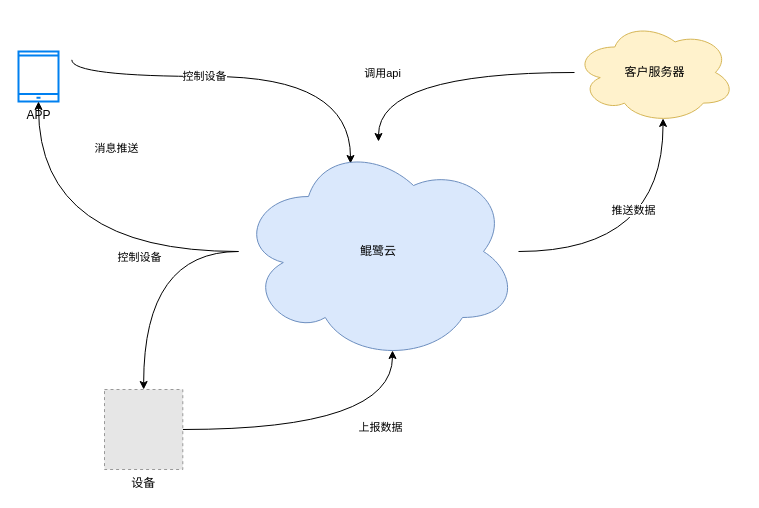
Above: cloud_open.drawio in jimmy0/chart (draw.io), before the change. Source tidied: cells renumbered, new cells numbered last; positions are measured from the earlier drawing's top-left corner, leaving out a move shared by most shapes. Both pictures are drawn from the tidied source at 100%, with x=0, y=0 at pixel (18, 21). Pictures stored in the file or linked from it are replaced by grey dashed boxes.
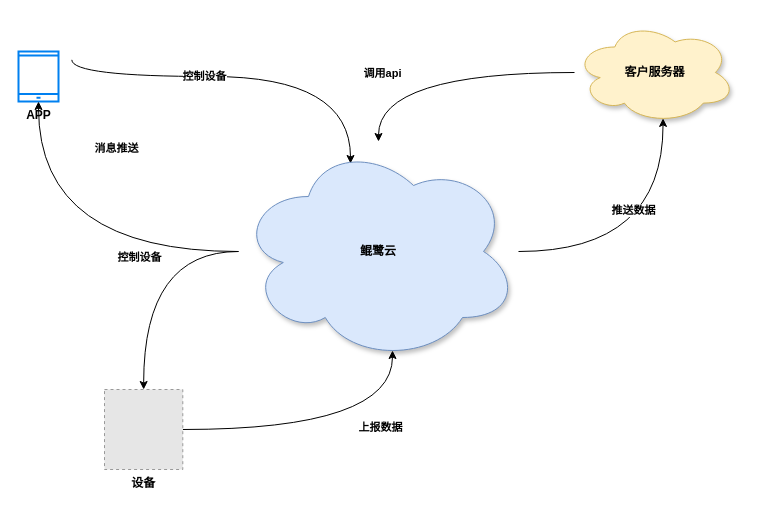
After the change.

Diff of the diagram source:
```diff
@@
-    <mxCell id="2" style="edgeStyle=orthogonalEdgeStyle;rounded=0;jettySize=auto;html=1;entryX=0.4;entryY=0.1;entryDx=0;entryDy=0;entryPerimeter=0;exitX=1.333;exitY=0.167;exitDx=0;exitDy=0;exitPerimeter=0;curved=1;" parent="1" edge="1" source="4" target="11">
+    <mxCell id="2" style="edgeStyle=orthogonalEdgeStyle;rounded=0;jettySize=auto;html=1;entryX=0.4;entryY=0.1;entryDx=0;entryDy=0;entryPerimeter=0;exitX=1.333;exitY=0.167;exitDx=0;exitDy=0;exitPerimeter=0;curved=1;fontStyle=1;" parent="1" edge="1" source="4" target="11">
       <mxGeometry relative="1" as="geometry">
         <Array as="points">
           <mxPoint x="53" y="55" />
           <mxPoint x="332" y="55" />
         </Array>
       </mxGeometry>
     </mxCell>
-    <mxCell id="3" value="控制设备" style="edgeLabel;html=1;align=center;verticalAlign=middle;" parent="2" vertex="1">
+    <mxCell id="3" value="控制设备" style="edgeLabel;html=1;align=center;verticalAlign=middle;fontStyle=1;" parent="2" vertex="1">
       <mxGeometry x="-0.16" y="-2" relative="1" as="geometry">
         <mxPoint x="-12" y="-3" as="offset" />
       </mxGeometry>
     </mxCell>
-    <mxCell id="4" value="APP" style="html=1;verticalLabelPosition=bottom;align=center;labelBackgroundColor=#ffffff;verticalAlign=top;strokeWidth=2;strokeColor=#0080F0;shadow=0;dashed=0;shape=mxgraph.ios7.icons.smartphone;" parent="1" vertex="1">
+    <mxCell id="4" value="APP" style="html=1;verticalLabelPosition=bottom;align=center;labelBackgroundColor=#ffffff;verticalAlign=top;strokeWidth=2;strokeColor=#0080F0;shadow=0;dashed=0;shape=mxgraph.ios7.icons.smartphone;fontStyle=1;" parent="1" vertex="1">
       <mxGeometry y="30" width="40" height="50" as="geometry" />
     </mxCell>
-    <mxCell id="5" style="edgeStyle=orthogonalEdgeStyle;rounded=0;jettySize=auto;html=1;entryX=0.55;entryY=0.95;entryDx=0;entryDy=0;entryPerimeter=0;elbow=vertical;curved=1;" parent="1" edge="1" source="11" target="14">
+    <mxCell id="5" style="edgeStyle=orthogonalEdgeStyle;rounded=0;jettySize=auto;html=1;entryX=0.55;entryY=0.95;entryDx=0;entryDy=0;entryPerimeter=0;elbow=vertical;curved=1;fontStyle=1;" parent="1" edge="1" source="11" target="14">
       <mxGeometry relative="1" as="geometry" />
     </mxCell>
-    <mxCell id="6" value="推送数据" style="edgeLabel;html=1;align=center;verticalAlign=middle;" parent="5" vertex="1">
+    <mxCell id="6" value="推送数据" style="edgeLabel;html=1;align=center;verticalAlign=middle;fontStyle=1;" parent="5" vertex="1">
       <mxGeometry x="0.12" y="-1" relative="1" as="geometry">
         <mxPoint x="-31" y="-30" as="offset" />
       </mxGeometry>
     </mxCell>
-    <mxCell id="7" style="edgeStyle=orthogonalEdgeStyle;rounded=0;jettySize=auto;html=1;curved=1;entryX=0.5;entryY=0;entryDx=0;entryDy=0;" parent="1" edge="1" source="11" target="17">
+    <mxCell id="7" style="edgeStyle=orthogonalEdgeStyle;rounded=0;jettySize=auto;html=1;curved=1;entryX=0.5;entryY=0;entryDx=0;entryDy=0;fontStyle=1;" parent="1" edge="1" source="11" target="17">
       <mxGeometry relative="1" as="geometry" />
     </mxCell>
-    <mxCell id="8" value="控制设备" style="edgeLabel;html=1;align=center;verticalAlign=middle;" parent="7" vertex="1">
+    <mxCell id="8" value="控制设备" style="edgeLabel;html=1;align=center;verticalAlign=middle;fontStyle=1;" parent="7" vertex="1">
       <mxGeometry x="-0.21" y="-4" relative="1" as="geometry">
         <mxPoint x="-8" y="9" as="offset" />
       </mxGeometry>
     </mxCell>
-    <mxCell id="9" style="edgeStyle=orthogonalEdgeStyle;rounded=0;jettySize=auto;html=1;curved=1;" parent="1" edge="1" source="11" target="4">
+    <mxCell id="9" style="edgeStyle=orthogonalEdgeStyle;rounded=0;jettySize=auto;html=1;curved=1;fontStyle=1;" parent="1" edge="1" source="11" target="4">
       <mxGeometry relative="1" as="geometry" />
     </mxCell>
-    <mxCell id="10" value="消息推送" style="edgeLabel;html=1;align=center;verticalAlign=middle;" parent="9" vertex="1">
+    <mxCell id="10" value="消息推送" style="edgeLabel;html=1;align=center;verticalAlign=middle;fontStyle=1;" parent="9" vertex="1">
       <mxGeometry x="-0.25" y="-2" relative="1" as="geometry">
         <mxPoint x="8" y="-102" as="offset" />
       </mxGeometry>
     </mxCell>
-    <mxCell id="11" value="鲲鹭云" style="ellipse;shape=cloud;whiteSpace=wrap;html=1;fillColor=#dae8fc;strokeColor=#6c8ebf;" parent="1" vertex="1">
+    <mxCell id="11" value="鲲鹭云" style="ellipse;shape=cloud;whiteSpace=wrap;html=1;fillColor=#dae8fc;strokeColor=#6c8ebf;shadow=1;fontStyle=1;" parent="1" vertex="1">
       <mxGeometry x="220" y="120" width="280" height="220" as="geometry" />
     </mxCell>
-    <mxCell id="12" style="rounded=0;jettySize=auto;html=1;edgeStyle=orthogonalEdgeStyle;curved=1;" parent="1" edge="1" source="14" target="11">
+    <mxCell id="12" style="rounded=0;jettySize=auto;html=1;edgeStyle=orthogonalEdgeStyle;curved=1;fontStyle=1;" parent="1" edge="1" source="14" target="11">
       <mxGeometry relative="1" as="geometry" />
     </mxCell>
-    <mxCell id="13" value="调用api" style="edgeLabel;html=1;align=center;verticalAlign=middle;" parent="12" vertex="1">
+    <mxCell id="13" value="调用api" style="edgeLabel;html=1;align=center;verticalAlign=middle;fontStyle=1;" parent="12" vertex="1">
       <mxGeometry x="0.48" y="3" relative="1" as="geometry" />
     </mxCell>
-    <mxCell id="14" value="客户服务器" style="ellipse;shape=cloud;whiteSpace=wrap;html=1;fillColor=#fff2cc;strokeColor=#d6b656;" parent="1" vertex="1">
+    <mxCell id="14" value="客户服务器" style="ellipse;shape=cloud;whiteSpace=wrap;html=1;fillColor=#fff2cc;strokeColor=#d6b656;shadow=1;fontStyle=1;" parent="1" vertex="1">
       <mxGeometry x="556" width="161" height="102" as="geometry" />
     </mxCell>
-    <mxCell id="15" style="edgeStyle=orthogonalEdgeStyle;rounded=0;jettySize=auto;html=1;entryX=0.55;entryY=0.95;entryDx=0;entryDy=0;entryPerimeter=0;curved=1;" parent="1" edge="1" source="17" target="11">
+    <mxCell id="15" style="edgeStyle=orthogonalEdgeStyle;rounded=0;jettySize=auto;html=1;entryX=0.55;entryY=0.95;entryDx=0;entryDy=0;entryPerimeter=0;curved=1;fontStyle=1;" parent="1" edge="1" source="17" target="11">
       <mxGeometry relative="1" as="geometry" />
     </mxCell>
-    <mxCell id="16" value="上报数据" style="edgeLabel;html=1;align=center;verticalAlign=middle;" parent="15" vertex="1">
+    <mxCell id="16" value="上报数据" style="edgeLabel;html=1;align=center;verticalAlign=middle;fontStyle=1;" parent="15" vertex="1">
       <mxGeometry x="0.36" y="3" relative="1" as="geometry">
         <mxPoint x="1" as="offset" />
       </mxGeometry>
     </mxCell>
-    <mxCell id="17" value="设备" style="fillColor=#E6E6E6;strokeColor=#999999;dashed=1;verticalLabelPosition=bottom;labelBackgroundColor=#ffffff;verticalAlign=top;" parent="1" vertex="1">
+    <mxCell id="17" value="设备" style="fillColor=#E6E6E6;strokeColor=#999999;dashed=1;verticalLabelPosition=bottom;labelBackgroundColor=#ffffff;verticalAlign=top;fontStyle=1;" parent="1" vertex="1">
       <mxGeometry x="86" y="368" width="78.3" height="80" as="geometry" />
     </mxCell>
```
